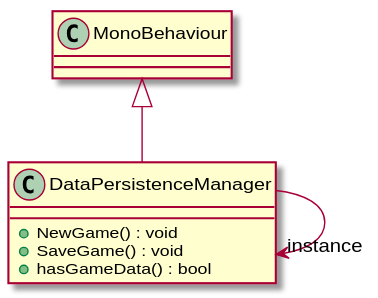
Above: UML/SaveAndLoad/DataPersistenceManager.svg in robinsuurs/Mallow_Mysterie (PlantUML), before the change.
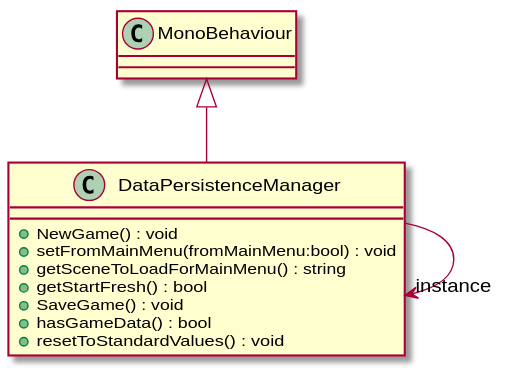
Later version of the same file.

Change to the diagram source:
```diff
@@ -1,8 +1,12 @@
 @startuml
 class DataPersistenceManager {
     + NewGame() : void
+    + setFromMainMenu(fromMainMenu:bool) : void
+    + getSceneToLoadForMainMenu() : string
+    + getStartFresh() : bool
     + SaveGame() : void
     + hasGameData() : bool
+    + resetToStandardValues() : void
 }
 MonoBehaviour <|-- DataPersistenceManager
 DataPersistenceManager --> "instance" DataPersistenceManager
```
